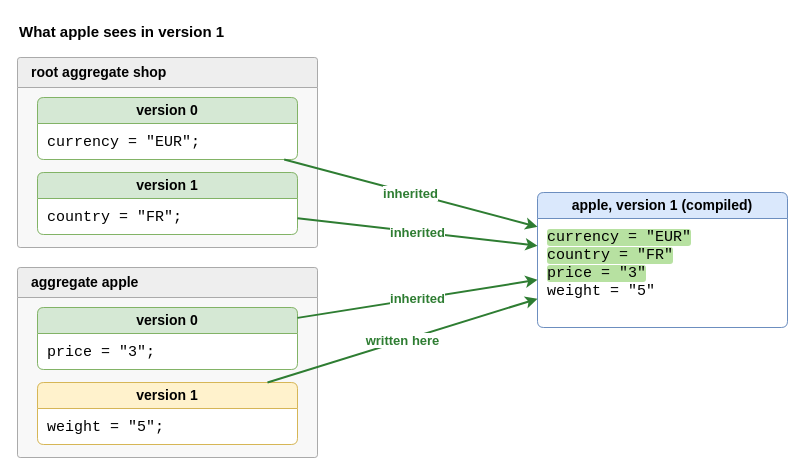
goloveshin/galimatron_doc keeps this draw.io diagram as drawio/26_mode_none.drawio. Above is the earlier version. Source tidied: cells renumbered, new cells numbered last; positions are measured from the earlier drawing's top-left corner, leaving out a move shared by most shapes. Both pictures are drawn from the tidied source at 100%, with x=0, y=0 at pixel (17, 17).
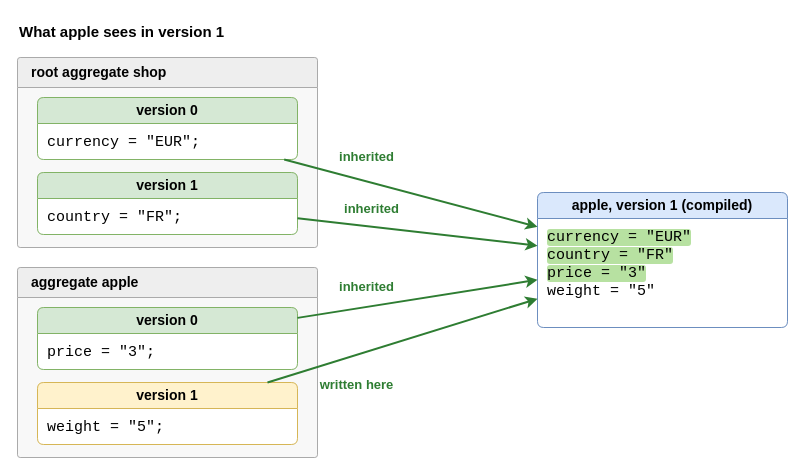
The same diagram, later.

The change refers to these unchanged cells:
```xml
<mxCell id="5" value="version 0" style="swimlane;whiteSpace=wrap;html=1;rounded=1;arcSize=8;startSize=26;fillColor=#d5e8d4;strokeColor=#82b366;swimlaneFillColor=#ffffff;fontStyle=1;fontSize=14;align=center;" parent="1" vertex="1">
  <mxGeometry x="20" y="80" width="260" height="62" as="geometry" />
</mxCell>
<mxCell id="7" value="version 1" style="swimlane;whiteSpace=wrap;html=1;rounded=1;arcSize=8;startSize=26;fillColor=#d5e8d4;strokeColor=#82b366;swimlaneFillColor=#ffffff;fontStyle=1;fontSize=14;align=center;" parent="1" vertex="1">
  <mxGeometry x="20" y="155" width="260" height="62" as="geometry" />
</mxCell>
<mxCell id="9" value="version 0" style="swimlane;whiteSpace=wrap;html=1;rounded=1;arcSize=8;startSize=26;fillColor=#d5e8d4;strokeColor=#82b366;swimlaneFillColor=#ffffff;fontStyle=1;fontSize=14;align=center;" parent="1" vertex="1">
  <mxGeometry x="20" y="290" width="260" height="62" as="geometry" />
</mxCell>
<mxCell id="11" value="version 1" style="swimlane;whiteSpace=wrap;html=1;rounded=1;arcSize=8;startSize=26;fillColor=#fff2cc;strokeColor=#d6b656;swimlaneFillColor=#ffffff;fontStyle=1;fontSize=14;align=center;" parent="1" vertex="1">
  <mxGeometry x="20" y="365" width="260" height="62" as="geometry" />
</mxCell>
<mxCell id="13" value="apple, version 1 (compiled)" style="swimlane;whiteSpace=wrap;html=1;rounded=1;arcSize=8;startSize=26;fillColor=#dae8fc;strokeColor=#6c8ebf;swimlaneFillColor=#ffffff;fontStyle=1;fontSize=14;align=center;" parent="1" vertex="1">
  <mxGeometry x="520" y="175" width="250" height="135" as="geometry" />
</mxCell>
```

What changed in the source:
```diff
@@
-    <mxCell id="15" value="inherited" style="endArrow=classic;html=1;strokeWidth=2;strokeColor=#2e7d32;fontColor=#2e7d32;fontStyle=1;fontSize=13;labelBackgroundColor=#ffffff;edgeStyle=none;" parent="1" edge="1" source="5" target="13">
-      <mxGeometry relative="1" as="geometry" />
+    <mxCell id="15" value="inherited" style="endArrow=classic;html=1;strokeWidth=2;strokeColor=#2e7d32;fontColor=#2e7d32;fontStyle=1;fontSize=13;edgeStyle=none;" parent="1" edge="1" source="5" target="13">
+      <mxGeometry x="-0.4" relative="1" as="geometry">
+        <mxPoint x="6" y="-23" as="offset" />
+      </mxGeometry>
     </mxCell>
-    <mxCell id="16" value="inherited" style="endArrow=classic;html=1;strokeWidth=2;strokeColor=#2e7d32;fontColor=#2e7d32;fontStyle=1;fontSize=13;labelBackgroundColor=#ffffff;edgeStyle=none;" parent="1" edge="1" source="7" target="13">
-      <mxGeometry relative="1" as="geometry" />
+    <mxCell id="16" value="inherited" style="endArrow=classic;html=1;strokeWidth=2;strokeColor=#2e7d32;fontColor=#2e7d32;fontStyle=1;fontSize=13;edgeStyle=none;" parent="1" edge="1" source="7" target="13">
+      <mxGeometry x="-0.4" relative="1" as="geometry">
+        <mxPoint x="2" y="-18" as="offset" />
+      </mxGeometry>
     </mxCell>
-    <mxCell id="17" value="inherited" style="endArrow=classic;html=1;strokeWidth=2;strokeColor=#2e7d32;fontColor=#2e7d32;fontStyle=1;fontSize=13;labelBackgroundColor=#ffffff;edgeStyle=none;" parent="1" edge="1" source="9" target="13">
-      <mxGeometry relative="1" as="geometry" />
+    <mxCell id="17" value="inherited" style="endArrow=classic;html=1;strokeWidth=2;strokeColor=#2e7d32;fontColor=#2e7d32;fontStyle=1;fontSize=13;edgeStyle=none;" parent="1" edge="1" source="9" target="13">
+      <mxGeometry x="-0.4" relative="1" as="geometry">
+        <mxPoint x="-3" y="-20" as="offset" />
+      </mxGeometry>
     </mxCell>
-    <mxCell id="18" value="written here" style="endArrow=classic;html=1;strokeWidth=2;strokeColor=#2e7d32;fontColor=#2e7d32;fontStyle=1;fontSize=13;labelBackgroundColor=#ffffff;edgeStyle=none;" parent="1" edge="1" source="11" target="13">
-      <mxGeometry relative="1" as="geometry" />
+    <mxCell id="18" value="written here" style="endArrow=classic;html=1;strokeWidth=2;strokeColor=#2e7d32;fontColor=#2e7d32;fontStyle=1;fontSize=13;edgeStyle=none;" parent="1" edge="1" source="11" target="13">
+      <mxGeometry x="-0.4" relative="1" as="geometry">
+        <mxPoint x="8" y="27" as="offset" />
+      </mxGeometry>
     </mxCell>
```
